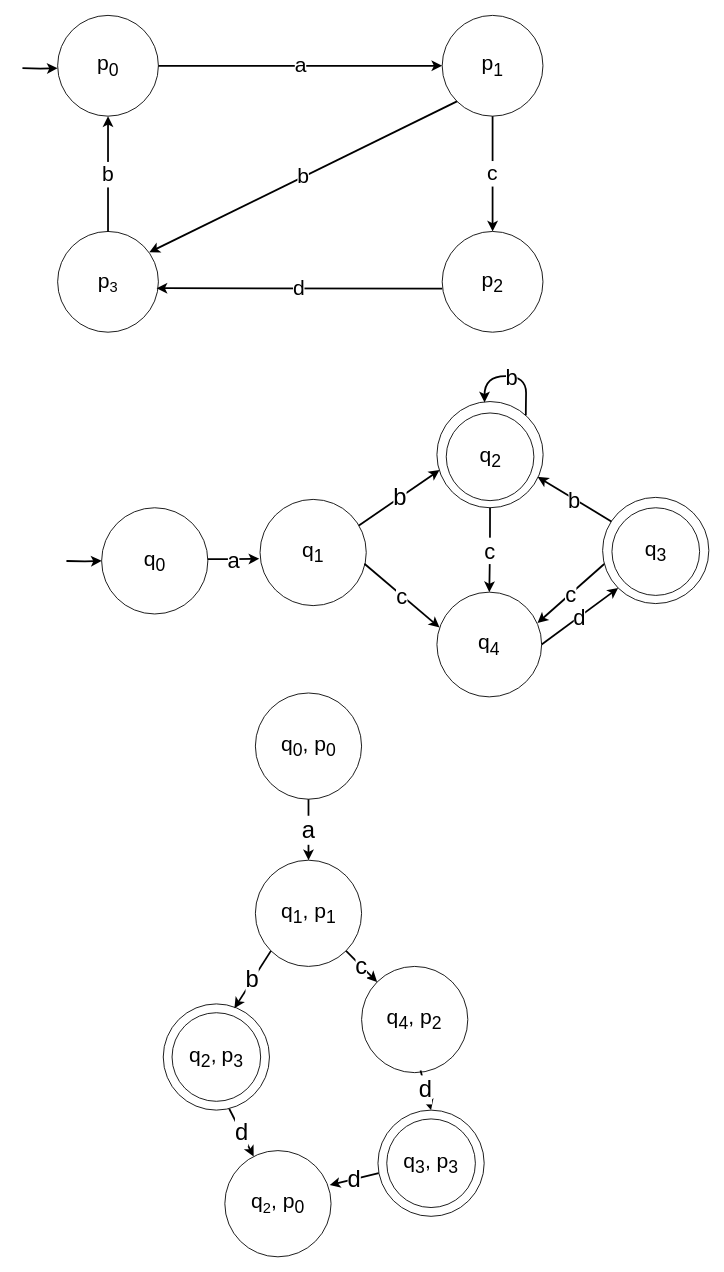
olliglorioso/datasets keeps this draw.io diagram as thesisdrawing.drawio. Above is the earlier version. Source tidied: cells renumbered, new cells numbered last; positions are measured from the earlier drawing's top-left corner, leaving out a move shared by most shapes. Both pictures are drawn from the tidied source at 88%, with x=0, y=0 at pixel (22, 15).
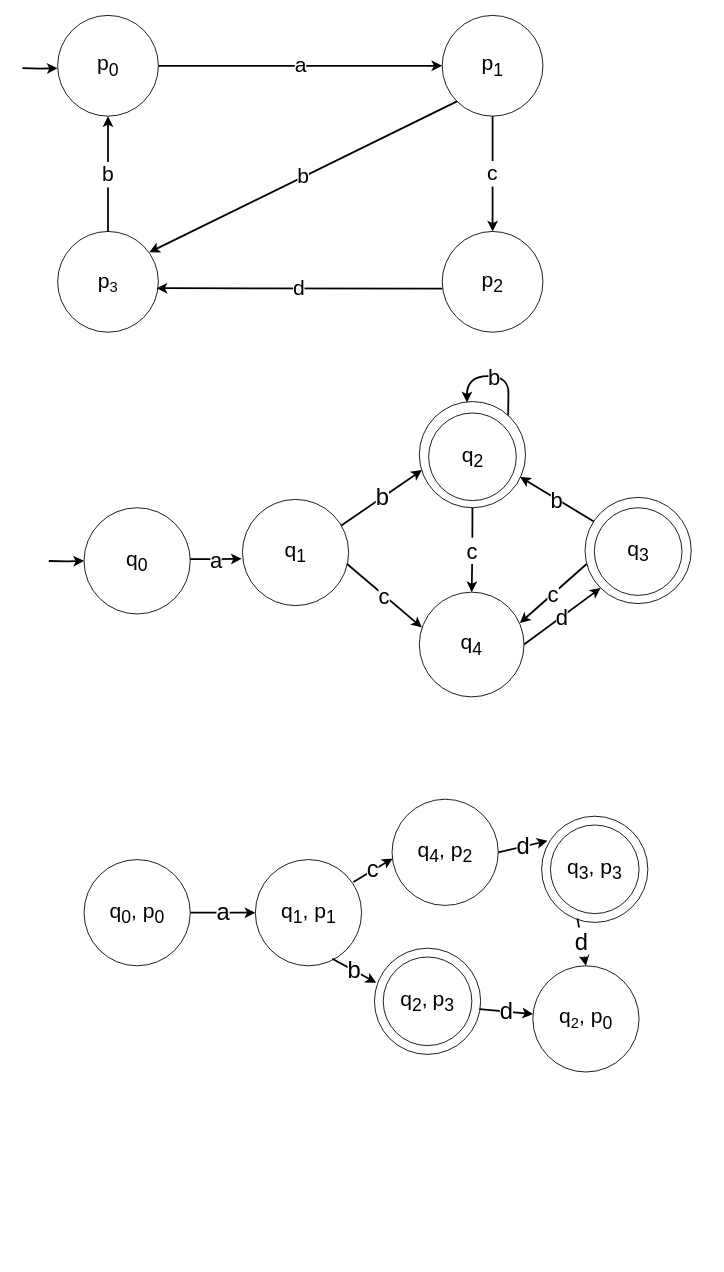
The same diagram, later.

What changed in the source:
```diff
@@
     <mxCell id="2" style="ellipse;whiteSpace=wrap;html=1;fillColor=none;" parent="1" vertex="1">
-      <mxGeometry x="170" y="1133.3" width="100.7" height="100.7" as="geometry" />
+      <mxGeometry x="410" y="1070" width="100.7" height="100.7" as="geometry" />
     </mxCell>
     <mxCell id="3" value="&lt;span style=&quot;font-size: 24px;&quot;&gt;q&lt;sub&gt;4&lt;/sub&gt;, p&lt;sub&gt;2&lt;br&gt;&lt;/sub&gt;&lt;/span&gt;" style="ellipse;whiteSpace=wrap;html=1;fillColor=none;" parent="1" vertex="1">
-      <mxGeometry x="385.4" y="1080.7" width="120.7" height="120.7" as="geometry" />
+      <mxGeometry x="420" y="890.7" width="120.7" height="120.7" as="geometry" />
     </mxCell>
@@
     <mxCell id="14" style="group;" parent="1" vertex="1">
-      <mxGeometry x="80" y="440" width="700" height="450.7" as="geometry" />
+      <mxGeometry x="60" y="440" width="700" height="450.7" as="geometry" />
     </mxCell>
@@
-    <mxCell id="33" value="&lt;span style=&quot;font-size: 24px;&quot;&gt;q&lt;sub&gt;0&lt;/sub&gt;, p&lt;sub&gt;0&lt;/sub&gt;&lt;/span&gt;" style="ellipse;whiteSpace=wrap;html=1;" parent="14" vertex="1">
-      <mxGeometry x="184.7" y="330" width="120.7" height="120.7" as="geometry" />
-    </mxCell>
@@
     <mxCell id="35" value="&lt;span style=&quot;font-size: 24px;&quot;&gt;q&lt;sub&gt;1&lt;/sub&gt;, p&lt;sub&gt;1&lt;/sub&gt;&lt;/span&gt;" style="ellipse;whiteSpace=wrap;html=1;" parent="1" vertex="1">
-      <mxGeometry x="264.7" y="960" width="120.7" height="120.7" as="geometry" />
+      <mxGeometry x="264.7" y="959.3" width="120.7" height="120.7" as="geometry" />
     </mxCell>
-    <mxCell id="36" value="&lt;font style=&quot;font-size: 27px;&quot;&gt;a&lt;/font&gt;" style="endArrow=classic;html=1;rounded=0;entryX=0.5;entryY=0;entryDx=0;entryDy=0;exitX=0.5;exitY=1;exitDx=0;exitDy=0;strokeWidth=2;startArrow=none;startFill=0;endFill=1;" parent="1" edge="1" source="33" target="35">
+    <mxCell id="36" value="&lt;font style=&quot;font-size: 27px;&quot;&gt;a&lt;/font&gt;" style="endArrow=classic;html=1;rounded=0;entryX=0;entryY=0.5;entryDx=0;entryDy=0;exitX=1;exitY=0.5;exitDx=0;exitDy=0;strokeWidth=2;startArrow=none;startFill=0;endFill=1;" parent="1" edge="1" source="33" target="35">
       <mxGeometry relative="1" as="geometry" />
     </mxCell>
     <mxCell id="37" value="&lt;span style=&quot;font-size: 24px;&quot;&gt;q&lt;sub&gt;2&lt;/sub&gt;,&lt;sub&gt; &lt;/sub&gt;p&lt;sub&gt;3&lt;/sub&gt;&lt;/span&gt;" style="ellipse;whiteSpace=wrap;html=1;fillColor=none;" parent="1" vertex="1">
-      <mxGeometry x="160" y="1123.3" width="120.7" height="120.7" as="geometry" />
+      <mxGeometry x="400" y="1060" width="120.7" height="120.7" as="geometry" />
     </mxCell>
-    <mxCell id="38" value="&lt;font style=&quot;font-size: 27px;&quot;&gt;b&lt;/font&gt;" style="endArrow=classic;html=1;rounded=0;exitX=0;exitY=1;exitDx=0;exitDy=0;strokeWidth=2;startArrow=none;startFill=0;endFill=1;entryX=0.67;entryY=0.041;entryDx=0;entryDy=0;entryPerimeter=0;" parent="1" edge="1" source="35" target="37">
+    <mxCell id="38" value="&lt;font style=&quot;font-size: 27px;&quot;&gt;b&lt;/font&gt;" style="endArrow=classic;html=1;rounded=0;exitX=0.724;exitY=0.934;exitDx=0;exitDy=0;strokeWidth=2;startArrow=none;startFill=0;endFill=1;entryX=0.017;entryY=0.326;entryDx=0;entryDy=0;entryPerimeter=0;exitPerimeter=0;" parent="1" edge="1" source="35" target="37">
       <mxGeometry relative="1" as="geometry" />
     </mxCell>
     <mxCell id="39" style="ellipse;whiteSpace=wrap;html=1;fillColor=none;" parent="1" vertex="1">
-      <mxGeometry x="414" y="1254" width="100.7" height="100.7" as="geometry" />
+      <mxGeometry x="600" y="920" width="100.7" height="100.7" as="geometry" />
     </mxCell>
     <mxCell id="40" value="&lt;span style=&quot;font-size: 24px;&quot;&gt;q&lt;sub&gt;3&lt;/sub&gt;, p&lt;sub&gt;3&lt;br&gt;&lt;/sub&gt;&lt;/span&gt;" style="ellipse;whiteSpace=wrap;html=1;fillColor=none;" parent="1" vertex="1">
-      <mxGeometry x="404" y="1244" width="120.7" height="120.7" as="geometry" />
+      <mxGeometry x="590" y="910" width="120.7" height="120.7" as="geometry" />
     </mxCell>
-    <mxCell id="41" value="&lt;font style=&quot;font-size: 27px;&quot;&gt;c&lt;br&gt;&lt;/font&gt;" style="endArrow=classic;html=1;rounded=0;strokeWidth=2;startArrow=none;startFill=0;endFill=1;entryX=0;entryY=0;entryDx=0;entryDy=0;exitX=1;exitY=1;exitDx=0;exitDy=0;" parent="1" edge="1" source="35" target="3">
+    <mxCell id="41" value="&lt;font style=&quot;font-size: 27px;&quot;&gt;c&lt;br&gt;&lt;/font&gt;" style="endArrow=classic;html=1;rounded=0;strokeWidth=2;startArrow=none;startFill=0;endFill=1;entryX=0.006;entryY=0.558;entryDx=0;entryDy=0;exitX=0.923;exitY=0.21;exitDx=0;exitDy=0;exitPerimeter=0;entryPerimeter=0;" parent="1" edge="1" source="35" target="3">
       <mxGeometry relative="1" as="geometry" />
     </mxCell>
-    <mxCell id="42" value="&lt;font style=&quot;font-size: 27px;&quot;&gt;d&lt;br&gt;&lt;/font&gt;" style="endArrow=classic;html=1;rounded=0;entryX=0.5;entryY=0;entryDx=0;entryDy=0;exitX=0.555;exitY=0.98;exitDx=0;exitDy=0;strokeWidth=2;startArrow=none;startFill=0;endFill=1;exitPerimeter=0;" parent="1" edge="1" source="3" target="40">
+    <mxCell id="42" value="&lt;font style=&quot;font-size: 27px;&quot;&gt;d&lt;br&gt;&lt;/font&gt;" style="endArrow=classic;html=1;rounded=0;entryX=0.055;entryY=0.232;entryDx=0;entryDy=0;exitX=1;exitY=0.5;exitDx=0;exitDy=0;strokeWidth=2;startArrow=none;startFill=0;endFill=1;entryPerimeter=0;" parent="1" edge="1" source="3" target="40">
       <mxGeometry relative="1" as="geometry" />
     </mxCell>
     <mxCell id="43" value="&lt;span style=&quot;font-size: 24px;&quot;&gt;q&lt;/span&gt;&lt;span style=&quot;font-size: 20px;&quot;&gt;&lt;sub&gt;2&lt;/sub&gt;&lt;/span&gt;&lt;span style=&quot;font-size: 24px;&quot;&gt;, p&lt;sub&gt;0&lt;/sub&gt;&lt;/span&gt;&lt;sub style=&quot;font-size: 24px;&quot;&gt;&lt;br&gt;&lt;/sub&gt;" style="ellipse;whiteSpace=wrap;html=1;fillColor=none;" parent="1" vertex="1">
-      <mxGeometry x="230" y="1290" width="120.7" height="120.7" as="geometry" />
+      <mxGeometry x="580" y="1080" width="120.7" height="120.7" as="geometry" />
     </mxCell>
-    <mxCell id="44" value="&lt;font style=&quot;font-size: 27px;&quot;&gt;d&lt;br&gt;&lt;/font&gt;" style="endArrow=classic;html=1;rounded=0;entryX=0.987;entryY=0.325;entryDx=0;entryDy=0;exitX=0.007;exitY=0.594;exitDx=0;exitDy=0;strokeWidth=2;startArrow=none;startFill=0;endFill=1;exitPerimeter=0;entryPerimeter=0;" parent="1" edge="1" source="40" target="43">
+    <mxCell id="44" value="&lt;font style=&quot;font-size: 27px;&quot;&gt;d&lt;br&gt;&lt;/font&gt;" style="endArrow=classic;html=1;rounded=0;entryX=0.5;entryY=0;entryDx=0;entryDy=0;exitX=0.337;exitY=0.965;exitDx=0;exitDy=0;strokeWidth=2;startArrow=none;startFill=0;endFill=1;exitPerimeter=0;" parent="1" edge="1" source="40" target="43">
       <mxGeometry relative="1" as="geometry" />
     </mxCell>
-    <mxCell id="45" value="&lt;font style=&quot;font-size: 27px;&quot;&gt;d&lt;br&gt;&lt;/font&gt;" style="endArrow=classic;html=1;rounded=0;exitX=0.621;exitY=0.987;exitDx=0;exitDy=0;strokeWidth=2;startArrow=none;startFill=0;endFill=1;exitPerimeter=0;" parent="1" edge="1" source="37" target="43">
+    <mxCell id="45" value="&lt;font style=&quot;font-size: 27px;&quot;&gt;d&lt;br&gt;&lt;/font&gt;" style="endArrow=classic;html=1;rounded=0;exitX=0.989;exitY=0.574;exitDx=0;exitDy=0;strokeWidth=2;startArrow=none;startFill=0;endFill=1;exitPerimeter=0;" parent="1" edge="1" source="37" target="43">
       <mxGeometry relative="1" as="geometry" />
     </mxCell>
+    <mxCell id="33" value="&lt;span style=&quot;font-size: 24px;&quot;&gt;q&lt;sub&gt;0&lt;/sub&gt;, p&lt;sub&gt;0&lt;/sub&gt;&lt;/span&gt;" style="ellipse;whiteSpace=wrap;html=1;" parent="1" vertex="1">
+      <mxGeometry x="70" y="959.3" width="120.7" height="120.7" as="geometry" />
+    </mxCell>
```
